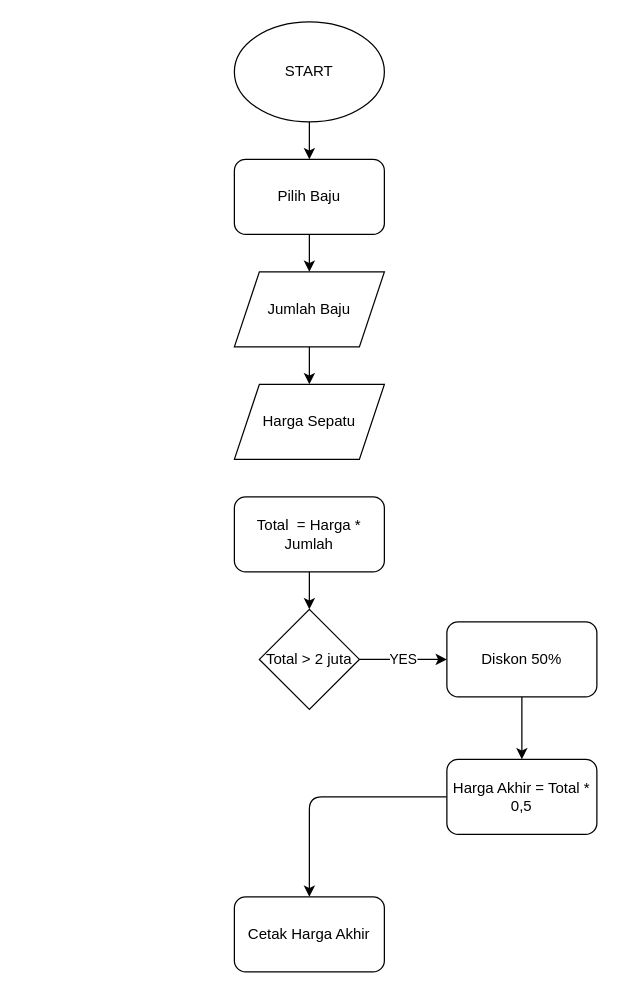
The draw.io diagram flowchart.drawio in Yorikh11/Yorikh_Andika-Kalkulator_Diskon, before the edit. Source tidied: cells renumbered, new cells numbered last; positions are measured from the earlier drawing's top-left corner, leaving out a move shared by most shapes. Both pictures are drawn from the tidied source at 125%, with x=0, y=0 at pixel (234, 21).
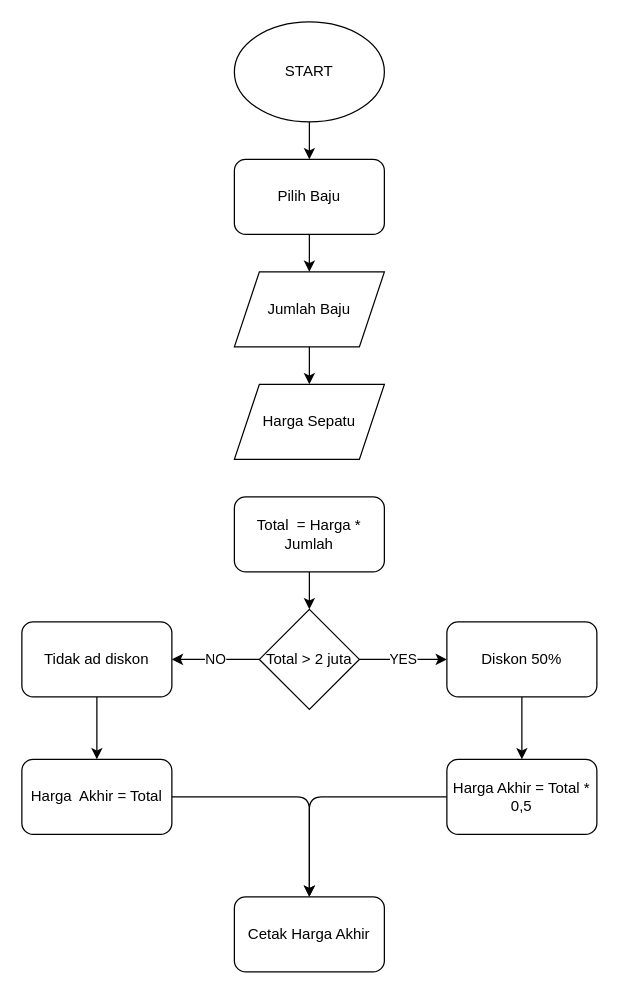
The same diagram, later.

Commit message:
Pengkkondisian jika jawaban salah

The change refers to these unchanged cells:
```xml
<mxCell id="12" value="Total &amp;gt; 2 juta" style="rhombus;whiteSpace=wrap;html=1;" parent="1" vertex="1">
  <mxGeometry x="20" y="470" width="80" height="80" as="geometry" />
</mxCell>
<mxCell id="17" value="Cetak Harga Akhir" style="rounded=1;whiteSpace=wrap;html=1;" parent="1" vertex="1">
  <mxGeometry y="700" width="120" height="60" as="geometry" />
</mxCell>
```

Change to the diagram source:
```diff
@@
+    <mxCell id="18" value="NO" style="edgeStyle=none;html=1;exitX=0;exitY=0.5;exitDx=0;exitDy=0;entryX=1;entryY=0.5;entryDx=0;entryDy=0;" parent="1" edge="1" source="12" target="20">
+      <mxGeometry relative="1" as="geometry" />
+    </mxCell>
@@
+    <mxCell id="19" style="edgeStyle=none;html=1;exitX=0.5;exitY=1;exitDx=0;exitDy=0;entryX=0.5;entryY=0;entryDx=0;entryDy=0;" parent="1" edge="1" source="20" target="22">
+      <mxGeometry relative="1" as="geometry" />
+    </mxCell>
+    <mxCell id="20" value="Tidak ad diskon" style="rounded=1;whiteSpace=wrap;html=1;" parent="1" vertex="1">
+      <mxGeometry x="-170" y="480" width="120" height="60" as="geometry" />
+    </mxCell>
+    <mxCell id="21" style="edgeStyle=none;html=1;exitX=1;exitY=0.5;exitDx=0;exitDy=0;entryX=0.5;entryY=0;entryDx=0;entryDy=0;" parent="1" edge="1" source="22" target="17">
+      <mxGeometry relative="1" as="geometry">
+        <Array as="points">
+          <mxPoint x="60" y="620" />
+        </Array>
+      </mxGeometry>
+    </mxCell>
+    <mxCell id="22" value="Harga&amp;nbsp; Akhir = Total" style="rounded=1;whiteSpace=wrap;html=1;" parent="1" vertex="1">
+      <mxGeometry x="-170" y="590" width="120" height="60" as="geometry" />
+    </mxCell>
```
